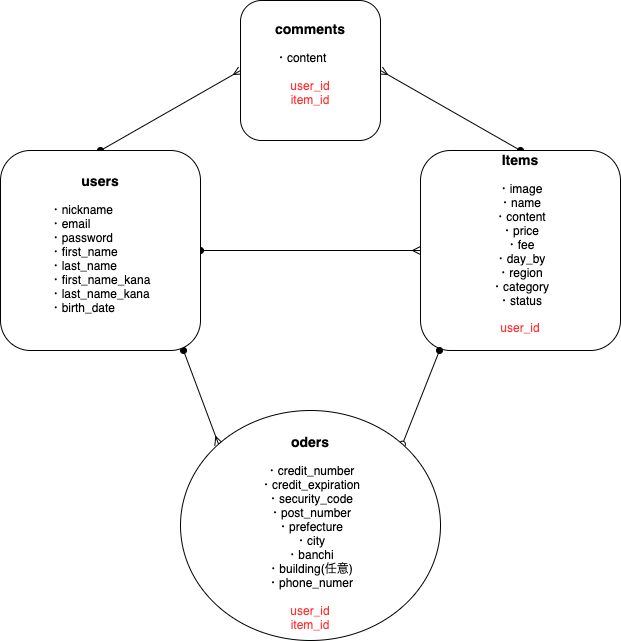
Earlier version of the draw.io export furima-29676.png (yuma-matsui/furima-29676). Source tidied: cells renumbered, new cells last; positions are measured from the earlier drawing's top-left corner, leaving out a move shared by most shapes.
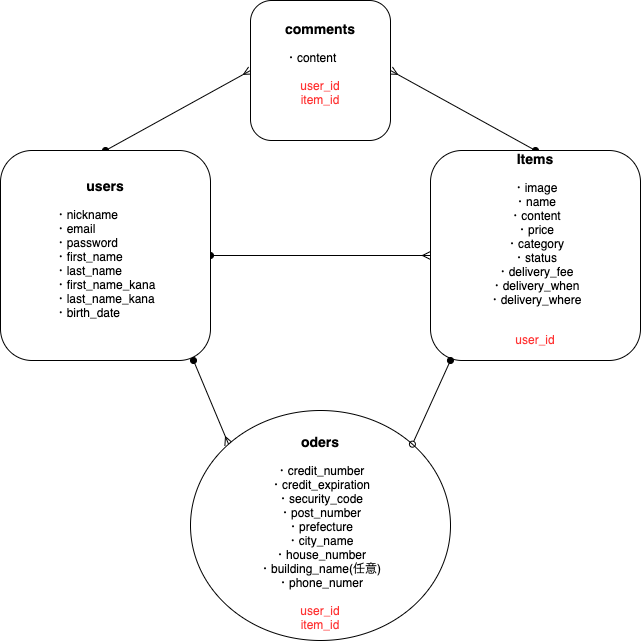
The same file after the commit.

What changed in the source:
```diff
@@ -13,23 +13,23 @@
     </mxCell>
     <mxCell id="5" style="edgeStyle=none;rounded=0;jettySize=auto;html=1;entryX=0;entryY=0;entryDx=0;entryDy=0;startArrow=oval;startFill=1;endArrow=ERmany;endFill=0;strokeColor=#000000;fontColor=#FF3333;" parent="1" edge="1" target="10">
       <mxGeometry relative="1" as="geometry">
-        <mxPoint x="183" y="350" as="sourcePoint" />
+        <mxPoint x="183" y="360" as="sourcePoint" />
       </mxGeometry>
     </mxCell>
     <mxCell id="6" style="edgeStyle=none;rounded=0;jettySize=auto;html=1;exitX=1;exitY=0.5;exitDx=0;exitDy=0;entryX=0;entryY=0.5;entryDx=0;entryDy=0;startArrow=oval;startFill=1;endArrow=ERmany;endFill=0;strokeColor=#000000;fontColor=#FF3333;" parent="1" edge="1" source="7" target="8">
       <mxGeometry relative="1" as="geometry" />
     </mxCell>
     <mxCell id="7" value="&lt;h3&gt;users&lt;/h3&gt;&lt;div style=&quot;text-align: justify&quot;&gt;・nickname&lt;/div&gt;&lt;div style=&quot;text-align: justify&quot;&gt;・email&lt;/div&gt;&lt;div style=&quot;text-align: justify&quot;&gt;・password&lt;/div&gt;&lt;div&gt;&lt;div style=&quot;text-align: justify ; font-size: 11px&quot;&gt;&lt;span style=&quot;font-size: 12px&quot;&gt;・first_name&lt;/span&gt;&lt;br&gt;&lt;/div&gt;&lt;div style=&quot;text-align: justify ; font-size: 11px&quot;&gt;&lt;span style=&quot;font-size: 12px&quot;&gt;・last_name&lt;/span&gt;&lt;/div&gt;&lt;div style=&quot;text-align: justify ; font-size: 11px&quot;&gt;&lt;span style=&quot;font-size: 12px&quot;&gt;・first_name_kana&lt;/span&gt;&lt;/div&gt;&lt;div style=&quot;text-align: justify ; font-size: 11px&quot;&gt;&lt;span style=&quot;font-size: 12px&quot;&gt;・last_name_kana&lt;/span&gt;&lt;/div&gt;&lt;div style=&quot;text-align: justify ; font-size: 11px&quot;&gt;&lt;span style=&quot;font-size: 12px&quot;&gt;・birth_date&lt;/span&gt;&lt;/div&gt;&lt;/div&gt;&lt;div&gt;&lt;br&gt;&lt;/div&gt;&lt;div style=&quot;text-align: left ; font-size: 11px&quot;&gt;&lt;span style=&quot;font-size: 12px&quot;&gt;&lt;br&gt;&lt;/span&gt;&lt;/div&gt;" style="whiteSpace=wrap;html=1;align=center;rounded=1;" parent="1" vertex="1">
-      <mxGeometry y="150" width="200" height="200" as="geometry" />
+      <mxGeometry x="-10" y="150" width="210" height="210" as="geometry" />
     </mxCell>
-    <mxCell id="8" value="&lt;h3&gt;Items&lt;/h3&gt;&lt;div&gt;・image&lt;/div&gt;&lt;div&gt;・name&lt;/div&gt;&lt;div&gt;・content&lt;/div&gt;&lt;div&gt;・price&lt;/div&gt;&lt;div&gt;&lt;div style=&quot;font-size: 11px&quot;&gt;&lt;span style=&quot;font-size: 12px&quot;&gt;・fee&lt;/span&gt;&lt;br&gt;&lt;/div&gt;&lt;div&gt;・day_by&lt;/div&gt;&lt;div&gt;・region&lt;/div&gt;&lt;/div&gt;&lt;div&gt;&lt;div style=&quot;font-size: 11px&quot;&gt;&lt;span style=&quot;font-size: 12px&quot;&gt;・category&lt;/span&gt;&lt;br&gt;&lt;/div&gt;&lt;div&gt;・status&lt;/div&gt;&lt;div style=&quot;font-size: 11px&quot;&gt;&lt;br&gt;&lt;/div&gt;&lt;/div&gt;&lt;div style=&quot;font-size: 11px&quot;&gt;&lt;span style=&quot;font-size: 12px&quot;&gt;&lt;font color=&quot;#ff3333&quot;&gt;user_id&lt;/font&gt;&lt;/span&gt;&lt;/div&gt;&lt;div style=&quot;text-align: left ; font-size: 11px&quot;&gt;&lt;span style=&quot;font-size: 12px&quot;&gt;&lt;font color=&quot;#ff3333&quot;&gt;&lt;br&gt;&lt;/font&gt;&lt;/span&gt;&lt;/div&gt;&lt;div style=&quot;text-align: left ; font-size: 11px&quot;&gt;&lt;span style=&quot;font-size: 12px&quot;&gt;&lt;br&gt;&lt;/span&gt;&lt;/div&gt;" style="whiteSpace=wrap;html=1;align=center;rounded=1;" parent="1" vertex="1">
-      <mxGeometry x="420" y="150" width="200" height="200" as="geometry" />
+    <mxCell id="8" value="&lt;h3&gt;Items&lt;/h3&gt;&lt;div&gt;・image&lt;/div&gt;&lt;div&gt;・name&lt;/div&gt;&lt;div&gt;・content&lt;/div&gt;&lt;div&gt;・price&lt;/div&gt;&lt;div&gt;&lt;div style=&quot;font-size: 11px&quot;&gt;&lt;span style=&quot;font-size: 12px&quot;&gt;・category&lt;/span&gt;&lt;br&gt;&lt;/div&gt;&lt;div&gt;・status&lt;/div&gt;&lt;/div&gt;&lt;div&gt;&lt;div style=&quot;font-size: 11px&quot;&gt;&lt;span style=&quot;font-size: 12px&quot;&gt;・delivery_fee&lt;/span&gt;&lt;br&gt;&lt;/div&gt;&lt;div&gt;・delivery_when&lt;/div&gt;&lt;div&gt;・delivery_where&lt;/div&gt;&lt;/div&gt;&lt;div&gt;&lt;div style=&quot;font-size: 11px&quot;&gt;&lt;br&gt;&lt;/div&gt;&lt;div style=&quot;font-size: 11px&quot;&gt;&lt;br&gt;&lt;/div&gt;&lt;/div&gt;&lt;div style=&quot;font-size: 11px&quot;&gt;&lt;span style=&quot;font-size: 12px&quot;&gt;&lt;font color=&quot;#ff3333&quot;&gt;user_id&lt;/font&gt;&lt;/span&gt;&lt;/div&gt;&lt;div style=&quot;text-align: left ; font-size: 11px&quot;&gt;&lt;span style=&quot;font-size: 12px&quot;&gt;&lt;font color=&quot;#ff3333&quot;&gt;&lt;br&gt;&lt;/font&gt;&lt;/span&gt;&lt;/div&gt;&lt;div style=&quot;text-align: left ; font-size: 11px&quot;&gt;&lt;span style=&quot;font-size: 12px&quot;&gt;&lt;br&gt;&lt;/span&gt;&lt;/div&gt;" style="whiteSpace=wrap;html=1;align=center;rounded=1;" parent="1" vertex="1">
+      <mxGeometry x="420" y="150" width="210" height="210" as="geometry" />
     </mxCell>
+    <mxCell id="10" value="&lt;h3&gt;&lt;font color=&quot;#000000&quot;&gt;oders&lt;/font&gt;&lt;/h3&gt;&lt;div&gt;&lt;div&gt;&lt;font color=&quot;#000000&quot;&gt;・credit_number&lt;/font&gt;&lt;/div&gt;&lt;div&gt;&lt;font color=&quot;#000000&quot;&gt;・credit_expiration&lt;/font&gt;&lt;/div&gt;&lt;div&gt;&lt;font color=&quot;#000000&quot;&gt;・security_code&lt;/font&gt;&lt;/div&gt;&lt;/div&gt;&lt;div&gt;&lt;div&gt;&lt;font color=&quot;#000000&quot;&gt;・post_number&lt;/font&gt;&lt;/div&gt;&lt;div&gt;&lt;font color=&quot;#000000&quot;&gt;・prefecture&lt;/font&gt;&lt;/div&gt;&lt;div&gt;&lt;font color=&quot;#000000&quot;&gt;・city_name&lt;/font&gt;&lt;/div&gt;&lt;div&gt;&lt;font color=&quot;#000000&quot;&gt;・house_number&lt;/font&gt;&lt;/div&gt;&lt;div&gt;&lt;font color=&quot;#000000&quot;&gt;・building_name(任意)&lt;/font&gt;&lt;/div&gt;&lt;div&gt;&lt;font color=&quot;#000000&quot;&gt;・phone_numer&lt;/font&gt;&lt;/div&gt;&lt;/div&gt;&lt;div&gt;&lt;font color=&quot;#000000&quot;&gt;&lt;br&gt;&lt;/font&gt;&lt;/div&gt;&lt;div&gt;user_id&lt;/div&gt;&lt;div&gt;item_id&lt;/div&gt;" style="ellipse;whiteSpace=wrap;html=1;rounded=0;fontColor=#FF3333;" parent="1" vertex="1">
+      <mxGeometry x="180" y="410" width="260" height="230" as="geometry" />
+    </mxCell>
     <mxCell id="9" style="edgeStyle=none;rounded=0;jettySize=auto;html=1;exitX=1;exitY=0;exitDx=0;exitDy=0;startArrow=oval;startFill=0;endArrow=oval;endFill=1;strokeColor=#000000;fontColor=#FF3333;entryX=0.095;entryY=1;entryDx=0;entryDy=0;entryPerimeter=0;" parent="1" edge="1" source="10" target="8">
       <mxGeometry relative="1" as="geometry" />
     </mxCell>
-    <mxCell id="10" value="&lt;h3&gt;&lt;font color=&quot;#000000&quot;&gt;oders&lt;/font&gt;&lt;/h3&gt;&lt;div&gt;&lt;div&gt;&lt;font color=&quot;#000000&quot;&gt;・credit_number&lt;/font&gt;&lt;/div&gt;&lt;div&gt;&lt;font color=&quot;#000000&quot;&gt;・credit_expiration&lt;/font&gt;&lt;/div&gt;&lt;div&gt;&lt;font color=&quot;#000000&quot;&gt;・security_code&lt;/font&gt;&lt;/div&gt;&lt;/div&gt;&lt;div&gt;&lt;div&gt;&lt;font color=&quot;#000000&quot;&gt;・post_number&lt;/font&gt;&lt;/div&gt;&lt;div&gt;&lt;font color=&quot;#000000&quot;&gt;・prefecture&lt;/font&gt;&lt;/div&gt;&lt;div&gt;&lt;font color=&quot;#000000&quot;&gt;・city&lt;/font&gt;&lt;/div&gt;&lt;div&gt;&lt;font color=&quot;#000000&quot;&gt;・banchi&lt;/font&gt;&lt;/div&gt;&lt;div&gt;&lt;font color=&quot;#000000&quot;&gt;・building(任意)&lt;/font&gt;&lt;/div&gt;&lt;div&gt;&lt;font color=&quot;#000000&quot;&gt;・phone_numer&lt;/font&gt;&lt;/div&gt;&lt;/div&gt;&lt;div&gt;&lt;font color=&quot;#000000&quot;&gt;&lt;br&gt;&lt;/font&gt;&lt;/div&gt;&lt;div&gt;user_id&lt;/div&gt;&lt;div&gt;item_id&lt;/div&gt;" style="ellipse;whiteSpace=wrap;html=1;rounded=0;fontColor=#FF3333;" parent="1" vertex="1">
-      <mxGeometry x="180" y="410" width="260" height="230" as="geometry" />
-    </mxCell>
   </root>
 </mxGraphModel>
```
